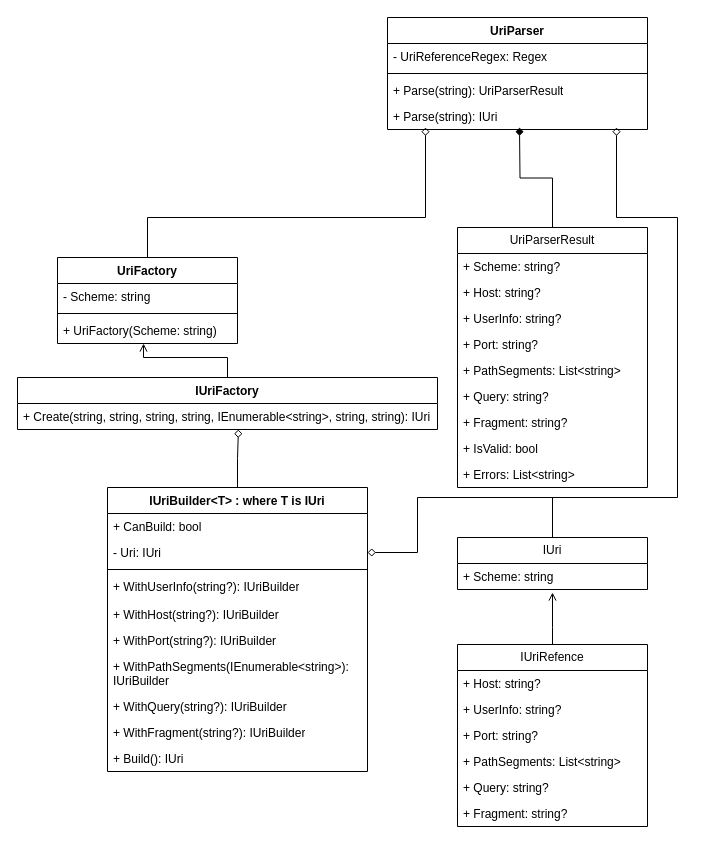
ShedaGit/DrawSamples keeps this draw.io diagram as URI.drawio. Above is the earlier version. Source tidied: cells renumbered, new cells numbered last; positions are measured from the earlier drawing's top-left corner, leaving out a move shared by most shapes. Both pictures are drawn from the tidied source at 100%, with x=0, y=0 at pixel (17, 17).
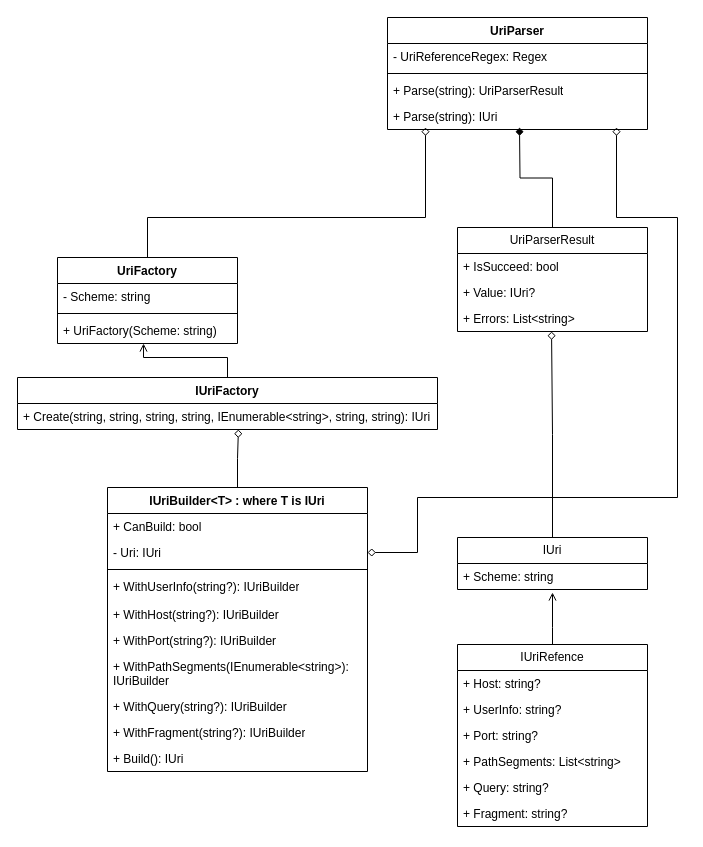
After the change.

Unchanged cells that the change refers to:
```xml
<mxCell id="21" value="I&lt;span style=&quot;background-color: transparent; color: light-dark(rgb(0, 0, 0), rgb(255, 255, 255));&quot;&gt;Uri&lt;/span&gt;" style="swimlane;fontStyle=0;horizontal=1;startSize=26;fillColor=none;whiteSpace=wrap;html=1;" parent="1" vertex="1">
  <mxGeometry x="440" y="520" width="190" height="52" as="geometry" />
</mxCell>
```

What changed in the source:
```diff
@@
+    <mxCell id="50" style="edgeStyle=orthogonalEdgeStyle;rounded=0;jettySize=auto;html=1;entryX=0.495;entryY=1;entryDx=0;entryDy=0;entryPerimeter=0;endArrow=diamond;endFill=0;" parent="1" edge="1" source="21" target="32">
+      <mxGeometry relative="1" as="geometry" />
+    </mxCell>
@@
     <mxCell id="23" value="UriParserResult" style="swimlane;fontStyle=0;horizontal=1;startSize=26;fillColor=none;whiteSpace=wrap;html=1;" parent="1" vertex="1">
-      <mxGeometry x="440" y="210" width="190" height="260" as="geometry" />
+      <mxGeometry x="440" y="210" width="190" height="104" as="geometry" />
     </mxCell>
-    <mxCell id="24" value="+ Scheme&lt;span style=&quot;background-color: transparent; color: light-dark(rgb(0, 0, 0), rgb(255, 255, 255));&quot;&gt;: string?&lt;/span&gt;" style="text;strokeColor=none;fillColor=none;align=left;verticalAlign=top;spacingLeft=4;spacingRight=4;overflow=hidden;whiteSpace=wrap;html=1;" parent="23" vertex="1">
-      <mxGeometry y="26" width="190" height="26" as="geometry" />
-    </mxCell>
-    <mxCell id="25" value="+ Host&lt;span style=&quot;background-color: transparent; color: light-dark(rgb(0, 0, 0), rgb(255, 255, 255));&quot;&gt;: string?&lt;/span&gt;" style="text;strokeColor=none;fillColor=none;align=left;verticalAlign=top;spacingLeft=4;spacingRight=4;overflow=hidden;whiteSpace=wrap;html=1;" parent="23" vertex="1">
-      <mxGeometry y="52" width="190" height="26" as="geometry" />
-    </mxCell>
-    <mxCell id="26" value="+ UserInfo: string?" style="text;strokeColor=none;fillColor=none;align=left;verticalAlign=top;spacingLeft=4;spacingRight=4;overflow=hidden;whiteSpace=wrap;html=1;" parent="23" vertex="1">
-      <mxGeometry y="78" width="190" height="26" as="geometry" />
-    </mxCell>
-    <mxCell id="27" value="+ Port&lt;span style=&quot;background-color: transparent; color: light-dark(rgb(0, 0, 0), rgb(255, 255, 255));&quot;&gt;: string?&lt;/span&gt;" style="text;strokeColor=none;fillColor=none;align=left;verticalAlign=top;spacingLeft=4;spacingRight=4;overflow=hidden;whiteSpace=wrap;html=1;" parent="23" vertex="1">
-      <mxGeometry y="104" width="190" height="26" as="geometry" />
-    </mxCell>
-    <mxCell id="28" value="+ PathSegments: List&amp;lt;string&amp;gt;" style="text;strokeColor=none;fillColor=none;align=left;verticalAlign=top;spacingLeft=4;spacingRight=4;overflow=hidden;whiteSpace=wrap;html=1;" parent="23" vertex="1">
-      <mxGeometry y="130" width="190" height="26" as="geometry" />
-    </mxCell>
-    <mxCell id="29" value="+ Query: string?" style="text;strokeColor=none;fillColor=none;align=left;verticalAlign=top;spacingLeft=4;spacingRight=4;overflow=hidden;whiteSpace=wrap;html=1;" parent="23" vertex="1">
-      <mxGeometry y="156" width="190" height="26" as="geometry" />
-    </mxCell>
+    <mxCell id="31" value="+ IsSucceed: bool" style="text;strokeColor=none;fillColor=none;align=left;verticalAlign=top;spacingLeft=4;spacingRight=4;overflow=hidden;whiteSpace=wrap;html=1;" parent="23" vertex="1">
+      <mxGeometry y="26" width="190" height="26" as="geometry" />
+    </mxCell>
-    <mxCell id="30" value="+ Fragment: string?" style="text;strokeColor=none;fillColor=none;align=left;verticalAlign=top;spacingLeft=4;spacingRight=4;overflow=hidden;whiteSpace=wrap;html=1;" parent="23" vertex="1">
-      <mxGeometry y="182" width="190" height="26" as="geometry" />
+    <mxCell id="30" value="+ Value: IUri?" style="text;strokeColor=none;fillColor=none;align=left;verticalAlign=top;spacingLeft=4;spacingRight=4;overflow=hidden;whiteSpace=wrap;html=1;" parent="23" vertex="1">
+      <mxGeometry y="52" width="190" height="26" as="geometry" />
     </mxCell>
-    <mxCell id="31" value="+ IsValid: bool" style="text;strokeColor=none;fillColor=none;align=left;verticalAlign=top;spacingLeft=4;spacingRight=4;overflow=hidden;whiteSpace=wrap;html=1;" parent="23" vertex="1">
-      <mxGeometry y="208" width="190" height="26" as="geometry" />
-    </mxCell>
     <mxCell id="32" value="+ Errors: List&amp;lt;string&amp;gt;" style="text;strokeColor=none;fillColor=none;align=left;verticalAlign=top;spacingLeft=4;spacingRight=4;overflow=hidden;points=[[0,0.5],[1,0.5]];portConstraint=eastwest;whiteSpace=wrap;html=1;" parent="23" vertex="1">
-      <mxGeometry y="234" width="190" height="26" as="geometry" />
+      <mxGeometry y="78" width="190" height="26" as="geometry" />
     </mxCell>
```
